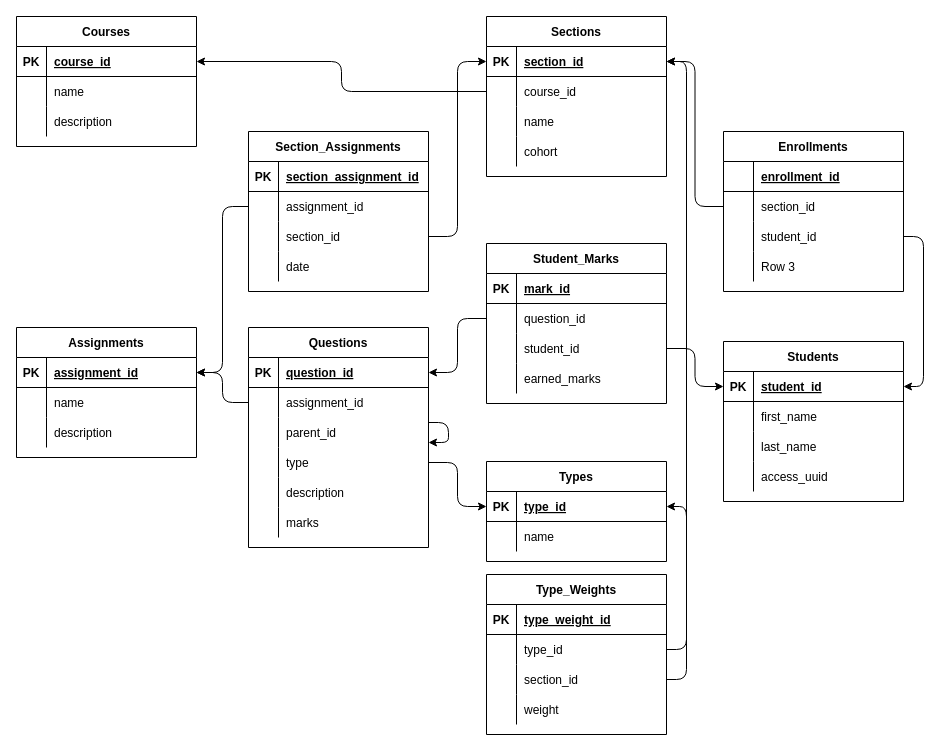
The draw.io diagram planning/db.drawio in jmscsedu/ibgradebook, before the edit. Source tidied: cells renumbered, new cells numbered last; positions are measured from the earlier drawing's top-left corner, leaving out a move shared by most shapes. Both pictures are drawn from the tidied source at 100%, with x=0, y=0 at pixel (16, 16).
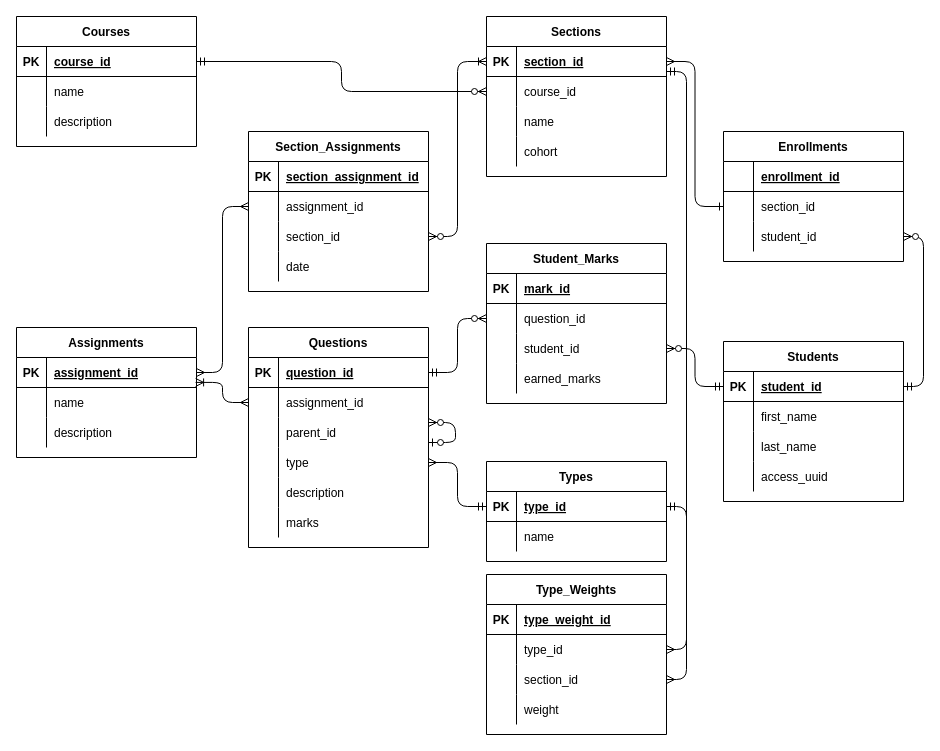
After the change.

Commit message:
Modify db diagram using ERD arrows.

Unchanged cells that the change refers to:
```xml
<mxCell id="3" style="shape=partialRectangle;fillColor=none;top=0;left=0;bottom=1;right=0;points=[[0,0.5],[1,0.5]];portConstraint=eastwest;" parent="2" vertex="1">
  <mxGeometry y="30" width="180" height="30" as="geometry" />
</mxCell>
<mxCell id="13" style="shape=partialRectangle;fillColor=none;top=0;left=0;bottom=1;right=0;points=[[0,0.5],[1,0.5]];portConstraint=eastwest;" parent="12" vertex="1">
  <mxGeometry y="30" width="180" height="30" as="geometry" />
</mxCell>
<mxCell id="16" style="shape=partialRectangle;fillColor=none;top=0;left=0;bottom=0;right=0;points=[[0,0.5],[1,0.5]];portConstraint=eastwest;" parent="12" vertex="1">
  <mxGeometry y="60" width="180" height="30" as="geometry" />
</mxCell>
<mxCell id="26" style="shape=partialRectangle;fillColor=none;top=0;left=0;bottom=1;right=0;points=[[0,0.5],[1,0.5]];portConstraint=eastwest;" parent="25" vertex="1">
  <mxGeometry y="30" width="180" height="30" as="geometry" />
</mxCell>
<mxCell id="36" style="shape=partialRectangle;fillColor=none;top=0;left=0;bottom=1;right=0;points=[[0,0.5],[1,0.5]];portConstraint=eastwest;" parent="35" vertex="1">
  <mxGeometry y="30" width="180" height="30" as="geometry" />
</mxCell>
<mxCell id="48" value="Questions" style="shape=table;startSize=30;childLayout=tableLayout;rowLines=0;fontStyle=1;align=center;" parent="1" vertex="1">
  <mxGeometry x="232" y="311" width="180" height="220" as="geometry" />
</mxCell>
<mxCell id="49" style="shape=partialRectangle;fillColor=none;top=0;left=0;bottom=1;right=0;points=[[0,0.5],[1,0.5]];portConstraint=eastwest;" parent="48" vertex="1">
  <mxGeometry y="30" width="180" height="30" as="geometry" />
</mxCell>
<mxCell id="52" style="shape=partialRectangle;fillColor=none;top=0;left=0;bottom=0;right=0;points=[[0,0.5],[1,0.5]];portConstraint=eastwest;" parent="48" vertex="1">
  <mxGeometry y="60" width="180" height="30" as="geometry" />
</mxCell>
<mxCell id="55" style="shape=partialRectangle;fillColor=none;top=0;left=0;bottom=0;right=0;points=[[0,0.5],[1,0.5]];portConstraint=eastwest;" parent="48" vertex="1">
  <mxGeometry y="90" width="180" height="30" as="geometry" />
</mxCell>
<mxCell id="58" style="shape=partialRectangle;fillColor=none;top=0;left=0;bottom=0;right=0;points=[[0,0.5],[1,0.5]];portConstraint=eastwest;" parent="48" vertex="1">
  <mxGeometry y="120" width="180" height="30" as="geometry" />
</mxCell>
<mxCell id="72" style="shape=partialRectangle;fillColor=none;top=0;left=0;bottom=0;right=0;points=[[0,0.5],[1,0.5]];portConstraint=eastwest;" parent="68" vertex="1">
  <mxGeometry y="60" width="180" height="30" as="geometry" />
</mxCell>
<mxCell id="75" style="shape=partialRectangle;fillColor=none;top=0;left=0;bottom=0;right=0;points=[[0,0.5],[1,0.5]];portConstraint=eastwest;" parent="68" vertex="1">
  <mxGeometry y="90" width="180" height="30" as="geometry" />
</mxCell>
<mxCell id="85" style="shape=partialRectangle;fillColor=none;top=0;left=0;bottom=0;right=0;points=[[0,0.5],[1,0.5]];portConstraint=eastwest;" parent="81" vertex="1">
  <mxGeometry y="60" width="180" height="30" as="geometry" />
</mxCell>
<mxCell id="88" style="shape=partialRectangle;fillColor=none;top=0;left=0;bottom=0;right=0;points=[[0,0.5],[1,0.5]];portConstraint=eastwest;" parent="81" vertex="1">
  <mxGeometry y="90" width="180" height="30" as="geometry" />
</mxCell>
<mxCell id="99" style="shape=partialRectangle;fillColor=none;top=0;left=0;bottom=0;right=0;points=[[0,0.5],[1,0.5]];portConstraint=eastwest;" parent="95" vertex="1">
  <mxGeometry y="60" width="180" height="30" as="geometry" />
</mxCell>
<mxCell id="102" style="shape=partialRectangle;fillColor=none;top=0;left=0;bottom=0;right=0;points=[[0,0.5],[1,0.5]];portConstraint=eastwest;" parent="95" vertex="1">
  <mxGeometry y="90" width="180" height="30" as="geometry" />
</mxCell>
<mxCell id="116" style="shape=partialRectangle;fillColor=none;top=0;left=0;bottom=1;right=0;points=[[0,0.5],[1,0.5]];portConstraint=eastwest;" parent="115" vertex="1">
  <mxGeometry y="30" width="180" height="30" as="geometry" />
</mxCell>
<mxCell id="127" style="shape=partialRectangle;fillColor=none;top=0;left=0;bottom=0;right=0;points=[[0,0.5],[1,0.5]];portConstraint=eastwest;" parent="123" vertex="1">
  <mxGeometry y="60" width="180" height="30" as="geometry" />
</mxCell>
<mxCell id="130" style="shape=partialRectangle;fillColor=none;top=0;left=0;bottom=0;right=0;points=[[0,0.5],[1,0.5]];portConstraint=eastwest;" parent="123" vertex="1">
  <mxGeometry y="90" width="180" height="30" as="geometry" />
</mxCell>
```

Change to the diagram source:
```diff
@@
-    <mxCell id="67" style="edgeStyle=orthogonalEdgeStyle;orthogonalLoop=1;jettySize=auto;html=1;" parent="48" edge="1" source="55" target="55">
-      <mxGeometry relative="1" as="geometry" />
+    <mxCell id="67" style="edgeStyle=orthogonalEdgeStyle;orthogonalLoop=1;jettySize=auto;html=1;endArrow=ERzeroToOne;endFill=1;startArrow=ERzeroToMany;startFill=1;" parent="48" edge="1" source="55" target="55">
+      <mxGeometry relative="1" as="geometry">
+        <Array as="points">
+          <mxPoint x="207" y="105" />
+        </Array>
+      </mxGeometry>
     </mxCell>
@@
-    <mxCell id="94" style="edgeStyle=orthogonalEdgeStyle;jettySize=auto;html=1;" parent="1" edge="1" source="16" target="3">
+    <mxCell id="94" style="edgeStyle=orthogonalEdgeStyle;jettySize=auto;html=1;startArrow=ERzeroToMany;startFill=1;endArrow=ERmandOne;endFill=0;" parent="1" edge="1" source="16" target="3">
       <mxGeometry relative="1" as="geometry" />
     </mxCell>
     <mxCell id="95" value="Enrollments" style="shape=table;startSize=30;childLayout=tableLayout;rowLines=0;fontStyle=1;align=center;" parent="1" vertex="1">
-      <mxGeometry x="707" y="115" width="180" height="160" as="geometry" />
+      <mxGeometry x="707" y="115" width="180" height="130" as="geometry" />
     </mxCell>
@@
-    <mxCell id="105" style="shape=partialRectangle;fillColor=none;top=0;left=0;bottom=0;right=0;" parent="95" vertex="1">
-      <mxGeometry y="120" width="180" height="30" as="geometry" />
-    </mxCell>
-    <mxCell id="106" style="shape=partialRectangle;fillColor=none;top=0;left=0;bottom=0;right=0;overflow=hidden;" parent="105" vertex="1">
-      <mxGeometry width="30" height="30" as="geometry" />
-    </mxCell>
-    <mxCell id="107" value="Row 3" style="shape=partialRectangle;fillColor=none;top=0;left=0;bottom=0;right=0;align=left;spacingLeft=6;overflow=hidden;" parent="105" vertex="1">
-      <mxGeometry x="30" width="150" height="30" as="geometry" />
-    </mxCell>
-    <mxCell id="108" style="edgeStyle=orthogonalEdgeStyle;jettySize=auto;html=1;" parent="1" edge="1" source="75" target="36">
+    <mxCell id="108" style="edgeStyle=orthogonalEdgeStyle;jettySize=auto;html=1;endArrow=ERmandOne;endFill=0;startArrow=ERzeroToMany;startFill=1;" parent="1" edge="1" source="75" target="36">
       <mxGeometry relative="1" as="geometry" />
     </mxCell>
-    <mxCell id="109" style="edgeStyle=orthogonalEdgeStyle;jettySize=auto;html=1;" parent="1" edge="1" source="72" target="49">
+    <mxCell id="109" style="edgeStyle=orthogonalEdgeStyle;jettySize=auto;html=1;startArrow=ERzeroToMany;startFill=1;endArrow=ERmandOne;endFill=0;" parent="1" edge="1" source="72" target="49">
       <mxGeometry relative="1" as="geometry" />
     </mxCell>
-    <mxCell id="110" style="edgeStyle=orthogonalEdgeStyle;curved=0;sketch=0;jettySize=auto;html=1;exitX=1;exitY=0.5;exitDx=0;exitDy=0;entryX=1;entryY=0.5;entryDx=0;entryDy=0;" parent="1" edge="1" source="102" target="36">
+    <mxCell id="110" style="edgeStyle=orthogonalEdgeStyle;curved=0;sketch=0;jettySize=auto;html=1;exitX=1;exitY=0.5;exitDx=0;exitDy=0;entryX=1;entryY=0.5;entryDx=0;entryDy=0;startArrow=ERzeroToMany;startFill=1;endArrow=ERmandOne;endFill=0;" parent="1" edge="1" source="102" target="36">
       <mxGeometry relative="1" as="geometry" />
     </mxCell>
-    <mxCell id="111" style="edgeStyle=orthogonalEdgeStyle;curved=0;sketch=0;jettySize=auto;html=1;" parent="1" edge="1" source="99" target="13">
+    <mxCell id="111" style="edgeStyle=orthogonalEdgeStyle;curved=0;sketch=0;jettySize=auto;html=1;startArrow=ERone;startFill=0;endArrow=ERmany;endFill=0;" parent="1" edge="1" source="99" target="13">
       <mxGeometry relative="1" as="geometry" />
     </mxCell>
-    <mxCell id="112" style="edgeStyle=orthogonalEdgeStyle;curved=0;sketch=0;jettySize=auto;html=1;" parent="1" edge="1" source="52" target="26">
+    <mxCell id="112" style="edgeStyle=orthogonalEdgeStyle;curved=0;sketch=0;jettySize=auto;html=1;entryX=0.995;entryY=0.831;entryDx=0;entryDy=0;entryPerimeter=0;startArrow=ERmany;startFill=0;endArrow=ERoneToMany;endFill=0;" parent="1" edge="1" source="52" target="26">
       <mxGeometry relative="1" as="geometry" />
     </mxCell>
-    <mxCell id="113" style="edgeStyle=orthogonalEdgeStyle;curved=0;sketch=0;jettySize=auto;html=1;exitX=1;exitY=0.5;exitDx=0;exitDy=0;" parent="1" edge="1" source="88" target="13">
+    <mxCell id="113" style="edgeStyle=orthogonalEdgeStyle;curved=0;sketch=0;jettySize=auto;html=1;exitX=1;exitY=0.5;exitDx=0;exitDy=0;startArrow=ERzeroToMany;startFill=1;endArrow=ERoneToMany;endFill=0;" parent="1" edge="1" source="88" target="13">
       <mxGeometry relative="1" as="geometry" />
     </mxCell>
-    <mxCell id="114" style="edgeStyle=orthogonalEdgeStyle;curved=0;sketch=0;jettySize=auto;html=1;" parent="1" edge="1" source="85" target="26">
+    <mxCell id="114" style="edgeStyle=orthogonalEdgeStyle;curved=0;sketch=0;jettySize=auto;html=1;startArrow=ERmany;startFill=0;endArrow=ERmany;endFill=0;" parent="1" edge="1" source="85" target="26">
       <mxGeometry relative="1" as="geometry" />
     </mxCell>
@@
-    <mxCell id="122" style="edgeStyle=orthogonalEdgeStyle;rounded=1;sketch=0;jettySize=auto;html=1;" parent="1" edge="1" source="58" target="116">
+    <mxCell id="122" style="edgeStyle=orthogonalEdgeStyle;rounded=1;sketch=0;jettySize=auto;html=1;endArrow=ERmandOne;endFill=0;startArrow=ERmany;startFill=0;" parent="1" edge="1" source="58" target="116">
       <mxGeometry relative="1" as="geometry" />
     </mxCell>
@@
-    <mxCell id="136" style="edgeStyle=orthogonalEdgeStyle;rounded=1;sketch=0;jettySize=auto;html=1;exitX=1;exitY=0.5;exitDx=0;exitDy=0;" parent="1" edge="1" source="127" target="116">
+    <mxCell id="136" style="edgeStyle=orthogonalEdgeStyle;rounded=1;sketch=0;jettySize=auto;html=1;exitX=1;exitY=0.5;exitDx=0;exitDy=0;startArrow=ERmany;startFill=0;endArrow=ERmandOne;endFill=0;" parent="1" edge="1" source="127" target="116">
       <mxGeometry relative="1" as="geometry" />
     </mxCell>
-    <mxCell id="137" style="edgeStyle=orthogonalEdgeStyle;rounded=1;sketch=0;jettySize=auto;html=1;" parent="1" edge="1" source="130" target="13">
+    <mxCell id="137" style="edgeStyle=orthogonalEdgeStyle;rounded=1;sketch=0;jettySize=auto;html=1;startArrow=ERmany;startFill=0;endArrow=ERmandOne;endFill=0;" parent="1" edge="1" source="130" target="13">
       <mxGeometry relative="1" as="geometry">
         <Array as="points">
           <mxPoint x="670" y="663" />
-          <mxPoint x="670" y="45" />
+          <mxPoint x="670" y="55" />
         </Array>
       </mxGeometry>
     </mxCell>
```
